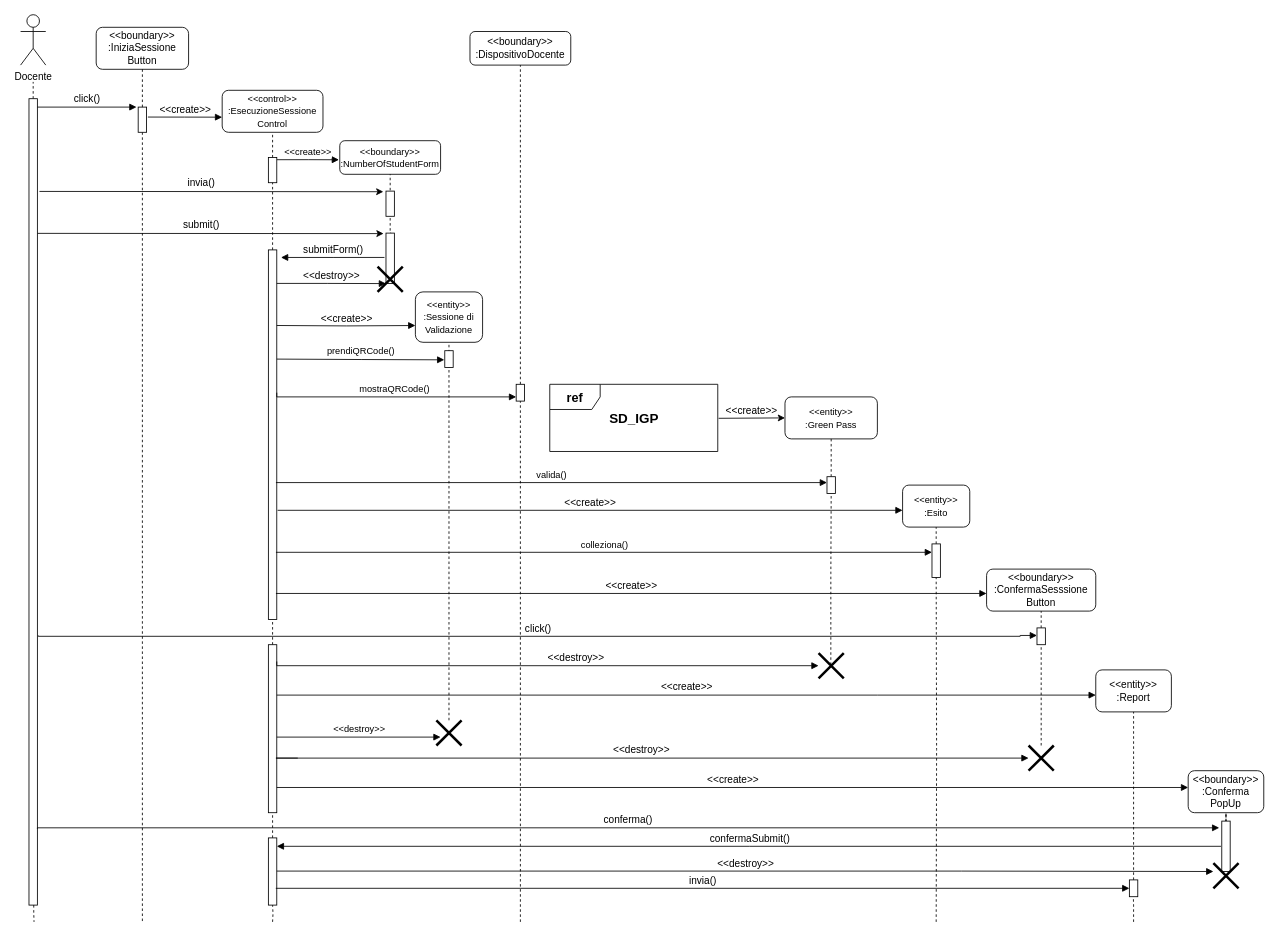
Alberto-00/EasyPass keeps this draw.io diagram as Documentazione/Resources/Sequence Diagram ExecuteSession.drawio. Above is the earlier version. Source tidied: cells renumbered, new cells numbered last; positions are measured from the earlier drawing's top-left corner, leaving out a move shared by most shapes. Both pictures are drawn from the tidied source at 84%, with x=0, y=0 at pixel (20, 14).
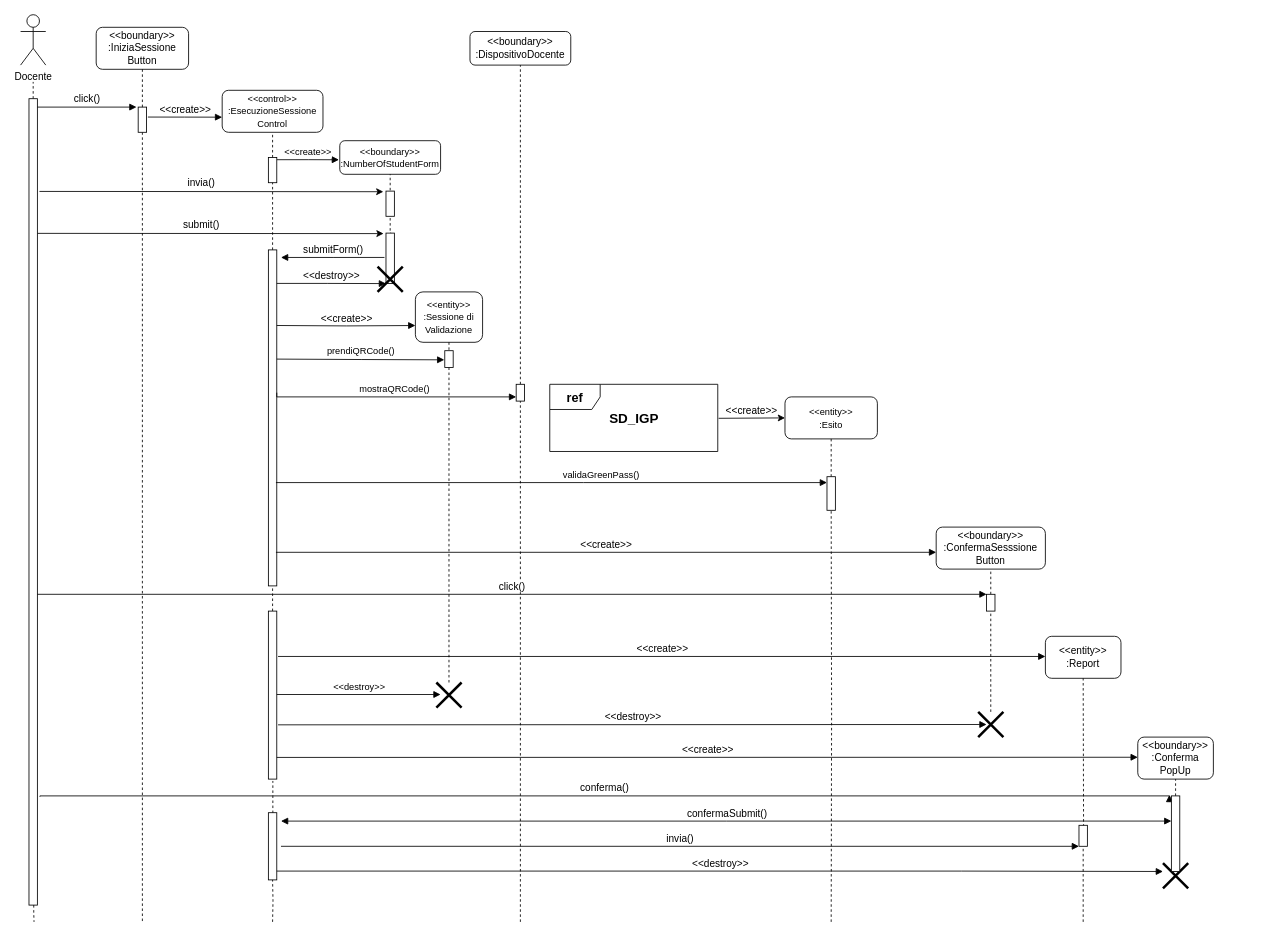
The same page after the edit.

Change to the diagram source:
```diff
@@
     <mxCell id="20" style="html=1;points=[];perimeter=orthogonalPerimeter;" parent="1" vertex="1">
-      <mxGeometry x="295" y="280" width="10" height="440" as="geometry" />
+      <mxGeometry x="295" y="280" width="10" height="400" as="geometry" />
     </mxCell>
@@
-    <mxCell id="37" value="&lt;span style=&quot;font-size: 11px&quot;&gt;&amp;lt;&amp;lt;entity&amp;gt;&amp;gt;&lt;br&gt;:Green Pass&lt;/span&gt;" style="rounded=1;whiteSpace=wrap;html=1;" parent="1" vertex="1">
+    <mxCell id="37" value="&lt;span style=&quot;font-size: 11px&quot;&gt;&amp;lt;&amp;lt;entity&amp;gt;&amp;gt;&lt;br&gt;:Esito&lt;/span&gt;" style="rounded=1;whiteSpace=wrap;html=1;" parent="1" vertex="1">
       <mxGeometry x="910" y="455" width="110" height="50" as="geometry" />
     </mxCell>
@@
     <mxCell id="39" style="html=1;points=[];perimeter=orthogonalPerimeter;" parent="1" vertex="1">
-      <mxGeometry x="960" y="550" width="10" height="20" as="geometry" />
+      <mxGeometry x="960" y="550" width="10" height="40" as="geometry" />
     </mxCell>
-    <mxCell id="40" style="endArrow=none;dashed=1;html=1;rounded=0;edgeStyle=orthogonalEdgeStyle;entryX=0.5;entryY=1;entryDx=0;entryDy=0;startArrow=none;exitX=0.486;exitY=0.467;exitDx=0;exitDy=0;exitPerimeter=0;" parent="1" edge="1" source="56" target="39">
-      <mxGeometry relative="1" as="geometry" />
+    <mxCell id="40" style="endArrow=none;dashed=1;html=1;rounded=0;edgeStyle=orthogonalEdgeStyle;entryX=0.5;entryY=1;entryDx=0;entryDy=0;startArrow=none;" parent="1" edge="1" target="39">
+      <mxGeometry relative="1" as="geometry">
+        <mxPoint x="965" y="1080" as="sourcePoint" />
+      </mxGeometry>
     </mxCell>
-    <mxCell id="41" value="valida()" style="html=1;verticalAlign=bottom;endArrow=block;rounded=0;edgeStyle=orthogonalEdgeStyle;" parent="1" edge="1">
-      <mxGeometry relative="1" as="geometry">
+    <mxCell id="41" value="validaGreenPass()" style="html=1;verticalAlign=bottom;endArrow=block;rounded=0;edgeStyle=orthogonalEdgeStyle;" parent="1" edge="1">
+      <mxGeometry x="0.18" relative="1" as="geometry">
         <mxPoint x="304" y="557" as="sourcePoint" />
         <mxPoint x="960" y="557" as="targetPoint" />
         <Array as="points">
-          <mxPoint x="304" y="557" />
+          <mxPoint x="670" y="557" />
+          <mxPoint x="670" y="557" />
         </Array>
       </mxGeometry>
     </mxCell>
-    <mxCell id="42" value="&lt;font style=&quot;font-size: 12px&quot;&gt;&amp;lt;&amp;lt;create&amp;gt;&amp;gt;&lt;/font&gt;" style="html=1;verticalAlign=bottom;endArrow=block;rounded=0;edgeStyle=orthogonalEdgeStyle;" parent="1" edge="1">
-      <mxGeometry relative="1" as="geometry">
-        <mxPoint x="306" y="590" as="sourcePoint" />
-        <mxPoint x="1050" y="590" as="targetPoint" />
-        <Array as="points">
-          <mxPoint x="306" y="590" />
-        </Array>
-      </mxGeometry>
-    </mxCell>
-    <mxCell id="43" value="&lt;span style=&quot;font-size: 11px&quot;&gt;&amp;lt;&amp;lt;entity&amp;gt;&amp;gt;&lt;br&gt;:Esito&lt;/span&gt;" style="rounded=1;whiteSpace=wrap;html=1;" parent="1" vertex="1">
-      <mxGeometry x="1050" y="560" width="80" height="50" as="geometry" />
-    </mxCell>
-    <mxCell id="44" style="endArrow=none;dashed=1;html=1;rounded=0;edgeStyle=orthogonalEdgeStyle;entryX=0.5;entryY=1;entryDx=0;entryDy=0;startArrow=none;" parent="1" edge="1" source="45" target="43">
-      <mxGeometry relative="1" as="geometry" />
-    </mxCell>
-    <mxCell id="45" style="html=1;points=[];perimeter=orthogonalPerimeter;" parent="1" vertex="1">
-      <mxGeometry x="1085" y="630" width="10" height="40" as="geometry" />
-    </mxCell>
-    <mxCell id="46" style="endArrow=none;dashed=1;html=1;rounded=0;edgeStyle=orthogonalEdgeStyle;entryX=0.5;entryY=1;entryDx=0;entryDy=0;startArrow=none;" parent="1" edge="1" target="45">
-      <mxGeometry relative="1" as="geometry">
-        <mxPoint x="1090" y="1080" as="sourcePoint" />
-      </mxGeometry>
-    </mxCell>
-    <mxCell id="47" value="colleziona()" style="html=1;verticalAlign=bottom;endArrow=block;rounded=0;edgeStyle=orthogonalEdgeStyle;" parent="1" edge="1">
-      <mxGeometry relative="1" as="geometry">
-        <mxPoint x="304" y="640" as="sourcePoint" />
-        <mxPoint x="1085" y="640" as="targetPoint" />
-        <Array as="points">
-          <mxPoint x="304" y="640" />
-        </Array>
-      </mxGeometry>
-    </mxCell>
     <mxCell id="48" value="&lt;font style=&quot;font-size: 12px&quot;&gt;&amp;lt;&amp;lt;create&amp;gt;&amp;gt;&lt;/font&gt;" style="html=1;verticalAlign=bottom;endArrow=block;rounded=0;edgeStyle=orthogonalEdgeStyle;" parent="1" edge="1">
       <mxGeometry relative="1" as="geometry">
-        <mxPoint x="304" y="689" as="sourcePoint" />
-        <mxPoint x="1150" y="689" as="targetPoint" />
+        <mxPoint x="304" y="640" as="sourcePoint" />
+        <mxPoint x="1090" y="640" as="targetPoint" />
         <Array as="points">
-          <mxPoint x="304" y="689" />
+          <mxPoint x="304" y="640" />
         </Array>
       </mxGeometry>
     </mxCell>
     <mxCell id="49" value="&lt;span&gt;&amp;lt;&amp;lt;boundary&amp;gt;&amp;gt;&lt;br&gt;:ConfermaSesssione&lt;br&gt;Button&lt;/span&gt;" style="rounded=1;whiteSpace=wrap;html=1;" parent="1" vertex="1">
-      <mxGeometry x="1150" y="660" width="130" height="50" as="geometry" />
+      <mxGeometry x="1090" y="610" width="130" height="50" as="geometry" />
     </mxCell>
@@
-    <mxCell id="51" value="&lt;font style=&quot;font-size: 12px&quot;&gt;click()&lt;/font&gt;" style="html=1;verticalAlign=bottom;endArrow=block;rounded=0;edgeStyle=orthogonalEdgeStyle;" parent="1" edge="1">
+    <mxCell id="51" value="&lt;font style=&quot;font-size: 12px&quot;&gt;click()&lt;/font&gt;" style="html=1;verticalAlign=bottom;endArrow=block;rounded=0;entryX=0;entryY=0;entryDx=0;entryDy=0;entryPerimeter=0;" parent="1" edge="1" target="52">
       <mxGeometry relative="1" as="geometry">
-        <mxPoint x="21" y="739" as="sourcePoint" />
-        <mxPoint x="1210" y="739" as="targetPoint" />
-        <Array as="points">
-          <mxPoint x="21" y="740" />
-          <mxPoint x="1190" y="740" />
-        </Array>
+        <mxPoint x="20" y="690" as="sourcePoint" />
       </mxGeometry>
     </mxCell>
     <mxCell id="52" style="html=1;points=[];perimeter=orthogonalPerimeter;" parent="1" vertex="1">
-      <mxGeometry x="1210" y="730" width="10" height="20" as="geometry" />
+      <mxGeometry x="1150" y="690" width="10" height="20" as="geometry" />
     </mxCell>
@@
     <mxCell id="54" style="html=1;points=[];perimeter=orthogonalPerimeter;" parent="1" vertex="1">
-      <mxGeometry x="295" y="750" width="10" height="200" as="geometry" />
+      <mxGeometry x="295" y="710" width="10" height="200" as="geometry" />
     </mxCell>
-    <mxCell id="55" value="&lt;font style=&quot;font-size: 12px&quot;&gt;&amp;lt;&amp;lt;destroy&amp;gt;&amp;gt;&lt;/font&gt;" style="html=1;verticalAlign=bottom;endArrow=block;rounded=0;edgeStyle=orthogonalEdgeStyle;" parent="1" edge="1" target="56">
-      <mxGeometry x="0.11" relative="1" as="geometry">
-        <mxPoint x="305" y="770" as="sourcePoint" />
-        <Array as="points">
-          <mxPoint x="305" y="775" />
-        </Array>
-      </mxGeometry>
-    </mxCell>
-    <mxCell id="56" style="shape=umlDestroy;whiteSpace=wrap;html=1;strokeWidth=3;" parent="1" vertex="1">
-      <mxGeometry x="950" y="760" width="30" height="30" as="geometry" />
-    </mxCell>
-    <mxCell id="57" value="&lt;font style=&quot;font-size: 12px&quot;&gt;&amp;lt;&amp;lt;create&amp;gt;&amp;gt;&lt;/font&gt;" style="html=1;verticalAlign=bottom;endArrow=block;rounded=0;edgeStyle=orthogonalEdgeStyle;" parent="1" edge="1" target="58">
+    <mxCell id="57" value="&lt;font style=&quot;font-size: 12px&quot;&gt;&amp;lt;&amp;lt;create&amp;gt;&amp;gt;&lt;/font&gt;" style="html=1;verticalAlign=bottom;endArrow=block;rounded=0;exitX=1.152;exitY=0.27;exitDx=0;exitDy=0;exitPerimeter=0;" parent="1" edge="1" source="54">
       <mxGeometry relative="1" as="geometry">
-        <mxPoint x="305" y="810" as="sourcePoint" />
-        <Array as="points">
-          <mxPoint x="1020" y="810" />
-          <mxPoint x="1020" y="810" />
-        </Array>
+        <mxPoint x="1220" y="764" as="targetPoint" />
       </mxGeometry>
     </mxCell>
     <mxCell id="58" value="&amp;lt;&amp;lt;entity&amp;gt;&amp;gt;&lt;br&gt;:Report" style="rounded=1;whiteSpace=wrap;html=1;" parent="1" vertex="1">
-      <mxGeometry x="1280" y="780" width="90" height="50" as="geometry" />
+      <mxGeometry x="1220" y="740" width="90" height="50" as="geometry" />
     </mxCell>
     <mxCell id="59" value="&amp;lt;&amp;lt;destroy&amp;gt;&amp;gt;" style="html=1;verticalAlign=bottom;endArrow=block;rounded=0;edgeStyle=orthogonalEdgeStyle;" parent="1" edge="1">
       <mxGeometry relative="1" as="geometry">
-        <mxPoint x="305" y="860" as="sourcePoint" />
-        <mxPoint x="500" y="860" as="targetPoint" />
+        <mxPoint x="305" y="809.3" as="sourcePoint" />
+        <mxPoint x="500" y="809.3" as="targetPoint" />
       </mxGeometry>
     </mxCell>
     <mxCell id="60" style="shape=umlDestroy;whiteSpace=wrap;html=1;strokeWidth=3;" parent="1" vertex="1">
-      <mxGeometry x="495" y="840" width="30" height="30" as="geometry" />
+      <mxGeometry x="495" y="795" width="30" height="30" as="geometry" />
     </mxCell>
-    <mxCell id="61" style="endArrow=none;dashed=1;html=1;rounded=0;edgeStyle=orthogonalEdgeStyle;startArrow=none;" parent="1" edge="1" source="75">
-      <mxGeometry relative="1" as="geometry">
-        <mxPoint x="1325" y="830" as="targetPoint" />
-        <Array as="points">
-          <mxPoint x="1325" y="830" />
-        </Array>
-      </mxGeometry>
+    <mxCell id="61" style="endArrow=none;dashed=1;html=1;rounded=0;startArrow=none;entryX=0.5;entryY=1;entryDx=0;entryDy=0;exitX=0.547;exitY=0.065;exitDx=0;exitDy=0;exitPerimeter=0;" parent="1" edge="1" source="75" target="58">
+      <mxGeometry relative="1" as="geometry" />
     </mxCell>
-    <mxCell id="62" value="&lt;font style=&quot;font-size: 12px&quot;&gt;&amp;lt;&amp;lt;destroy&amp;gt;&amp;gt;&lt;/font&gt;" style="html=1;verticalAlign=bottom;endArrow=block;rounded=0;edgeStyle=orthogonalEdgeStyle;" parent="1" edge="1" target="63">
+    <mxCell id="62" value="&lt;font style=&quot;font-size: 12px&quot;&gt;&amp;lt;&amp;lt;destroy&amp;gt;&amp;gt;&lt;/font&gt;" style="html=1;verticalAlign=bottom;endArrow=block;rounded=0;exitX=1.152;exitY=0.677;exitDx=0;exitDy=0;exitPerimeter=0;" parent="1" edge="1" source="54">
       <mxGeometry relative="1" as="geometry">
-        <mxPoint x="330" y="885" as="sourcePoint" />
-        <Array as="points">
-          <mxPoint x="304" y="885" />
-        </Array>
+        <mxPoint x="1150" y="845" as="targetPoint" />
       </mxGeometry>
     </mxCell>
-    <mxCell id="63" style="shape=umlDestroy;whiteSpace=wrap;html=1;strokeWidth=3;" parent="1" vertex="1">
-      <mxGeometry x="1200" y="870" width="30" height="30" as="geometry" />
-    </mxCell>
-    <mxCell id="64" value="&lt;font style=&quot;font-size: 12px&quot;&gt;&amp;lt;&amp;lt;create&amp;gt;&amp;gt;&lt;/font&gt;" style="html=1;verticalAlign=bottom;endArrow=block;rounded=0;edgeStyle=orthogonalEdgeStyle;" parent="1" edge="1">
+    <mxCell id="64" value="&lt;font style=&quot;font-size: 12px&quot;&gt;&amp;lt;&amp;lt;create&amp;gt;&amp;gt;&lt;/font&gt;" style="html=1;verticalAlign=bottom;endArrow=block;rounded=0;" parent="1" edge="1">
       <mxGeometry relative="1" as="geometry">
-        <mxPoint x="305" y="920" as="sourcePoint" />
-        <mxPoint x="1390" y="920" as="targetPoint" />
+        <mxPoint x="305" y="884.2" as="sourcePoint" />
+        <mxPoint x="1330" y="884" as="targetPoint" />
       </mxGeometry>
     </mxCell>
     <mxCell id="65" value="&amp;lt;&amp;lt;boundary&amp;gt;&amp;gt;&lt;br&gt;:Conferma&lt;br&gt;PopUp" style="rounded=1;whiteSpace=wrap;html=1;" parent="1" vertex="1">
-      <mxGeometry x="1390" y="900" width="90" height="50" as="geometry" />
+      <mxGeometry x="1330" y="860" width="90" height="50" as="geometry" />
     </mxCell>
@@
-    <mxCell id="67" style="html=1;points=[];perimeter=orthogonalPerimeter;" parent="1" vertex="1">
-      <mxGeometry x="1430" y="960" width="10" height="60" as="geometry" />
-    </mxCell>
-    <mxCell id="68" value="&lt;font style=&quot;font-size: 12px&quot;&gt;conferma()&lt;/font&gt;" style="html=1;verticalAlign=bottom;endArrow=block;rounded=0;edgeStyle=orthogonalEdgeStyle;" parent="1" edge="1">
+    <mxCell id="68" value="&lt;font style=&quot;font-size: 12px&quot;&gt;conferma()&lt;/font&gt;" style="html=1;verticalAlign=bottom;endArrow=block;rounded=0;edgeStyle=orthogonalEdgeStyle;entryX=-0.229;entryY=-0.013;entryDx=0;entryDy=0;entryPerimeter=0;" parent="1" edge="1" target="67">
       <mxGeometry relative="1" as="geometry">
-        <mxPoint x="20" y="969" as="sourcePoint" />
-        <mxPoint x="1427" y="968" as="targetPoint" />
+        <mxPoint x="23" y="931" as="sourcePoint" />
         <Array as="points">
-          <mxPoint x="20" y="968" />
+          <mxPoint x="1368" y="930" />
         </Array>
       </mxGeometry>
     </mxCell>
-    <mxCell id="69" style="endArrow=none;dashed=1;html=1;rounded=0;edgeStyle=orthogonalEdgeStyle;startArrow=none;" parent="1" edge="1" source="70">
-      <mxGeometry relative="1" as="geometry">
-        <mxPoint x="300" y="950" as="targetPoint" />
-      </mxGeometry>
+    <mxCell id="69" style="endArrow=none;dashed=1;html=1;rounded=0;startArrow=none;exitX=0.533;exitY=0.006;exitDx=0;exitDy=0;exitPerimeter=0;entryX=0.533;entryY=1.011;entryDx=0;entryDy=0;entryPerimeter=0;" parent="1" edge="1" source="70" target="54">
+      <mxGeometry relative="1" as="geometry" />
     </mxCell>
     <mxCell id="70" style="html=1;points=[];perimeter=orthogonalPerimeter;" parent="1" vertex="1">
-      <mxGeometry x="295" y="980" width="10" height="80" as="geometry" />
+      <mxGeometry x="295" y="950" width="10" height="80" as="geometry" />
     </mxCell>
@@
-    <mxCell id="72" value="&lt;font style=&quot;font-size: 12px&quot;&gt;confermaSubmit()&lt;/font&gt;" style="html=1;verticalAlign=bottom;endArrow=block;rounded=0;edgeStyle=orthogonalEdgeStyle;exitX=-0.1;exitY=0.5;exitDx=0;exitDy=0;exitPerimeter=0;" parent="1" edge="1" source="67">
+    <mxCell id="72" value="&lt;font style=&quot;font-size: 12px&quot;&gt;confermaSubmit()&lt;/font&gt;" style="html=1;verticalAlign=bottom;endArrow=block;rounded=0;edgeStyle=orthogonalEdgeStyle;startArrow=block;startFill=1;exitX=0;exitY=0.333;exitDx=0;exitDy=0;exitPerimeter=0;" parent="1" edge="1" source="67">
       <mxGeometry relative="1" as="geometry">
-        <mxPoint x="305" y="990" as="targetPoint" />
+        <mxPoint x="310" y="960" as="targetPoint" />
       </mxGeometry>
     </mxCell>
     <mxCell id="73" value="&lt;font style=&quot;font-size: 12px&quot;&gt;&amp;lt;&amp;lt;destroy&amp;gt;&amp;gt;&lt;/font&gt;" style="html=1;verticalAlign=bottom;endArrow=block;rounded=0;edgeStyle=orthogonalEdgeStyle;" parent="1" edge="1">
       <mxGeometry relative="1" as="geometry">
         <mxPoint x="305" y="1019.5" as="sourcePoint" />
-        <mxPoint x="1420" y="1020" as="targetPoint" />
+        <mxPoint x="1360" y="1020" as="targetPoint" />
         <Array as="points">
           <mxPoint x="1120" y="1020" />
           <mxPoint x="1120" y="1020" />
         </Array>
       </mxGeometry>
     </mxCell>
     <mxCell id="74" style="shape=umlDestroy;whiteSpace=wrap;html=1;strokeWidth=3;" parent="1" vertex="1">
-      <mxGeometry x="1420" y="1010" width="30" height="30" as="geometry" />
+      <mxGeometry x="1360" y="1010" width="30" height="30" as="geometry" />
     </mxCell>
     <mxCell id="75" style="html=1;points=[];perimeter=orthogonalPerimeter;" parent="1" vertex="1">
-      <mxGeometry x="1320" y="1030" width="10" height="20" as="geometry" />
+      <mxGeometry x="1260" y="965" width="10" height="25" as="geometry" />
     </mxCell>
-    <mxCell id="76" style="endArrow=none;dashed=1;html=1;rounded=0;edgeStyle=orthogonalEdgeStyle;" parent="1" edge="1">
+    <mxCell id="76" style="endArrow=none;dashed=1;html=1;rounded=0;" parent="1" edge="1">
       <mxGeometry relative="1" as="geometry">
-        <mxPoint x="1325" y="1080" as="sourcePoint" />
-        <mxPoint x="1324.7" y="1050" as="targetPoint" />
-        <Array as="points">
-          <mxPoint x="1324.7" y="1060" />
-          <mxPoint x="1324.7" y="1060" />
-        </Array>
+        <mxPoint x="1265" y="1080" as="sourcePoint" />
+        <mxPoint x="1265" y="990" as="targetPoint" />
       </mxGeometry>
     </mxCell>
@@
-    <mxCell id="78" value="&lt;font style=&quot;font-size: 12px&quot;&gt;invia()&lt;/font&gt;" style="html=1;verticalAlign=bottom;endArrow=block;rounded=0;edgeStyle=orthogonalEdgeStyle;exitX=0.886;exitY=0.75;exitDx=0;exitDy=0;exitPerimeter=0;" parent="1" edge="1" source="70">
+    <mxCell id="78" value="&lt;font style=&quot;font-size: 12px&quot;&gt;invia()&lt;/font&gt;" style="html=1;verticalAlign=bottom;endArrow=block;rounded=0;" parent="1" edge="1">
       <mxGeometry relative="1" as="geometry">
-        <mxPoint x="1320" y="1040" as="targetPoint" />
+        <mxPoint x="310" y="990" as="sourcePoint" />
+        <mxPoint x="1260" y="990" as="targetPoint" />
       </mxGeometry>
     </mxCell>
@@
+    <mxCell id="63" style="shape=umlDestroy;whiteSpace=wrap;html=1;strokeWidth=3;" parent="1" vertex="1">
+      <mxGeometry x="1140" y="830" width="30" height="30" as="geometry" />
+    </mxCell>
+    <mxCell id="67" style="html=1;points=[];perimeter=orthogonalPerimeter;" parent="1" vertex="1">
+      <mxGeometry x="1370" y="930" width="10" height="90" as="geometry" />
+    </mxCell>
```
